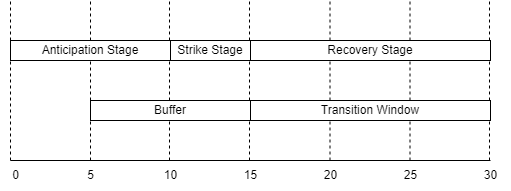
The draw.io diagram Untitled Diagram.drawio.png in NightDogC/QuickPost, before a commit. Source tidied: cells renumbered, new cells last; positions are measured from the earlier drawing's top-left corner, leaving out a move shared by most shapes.
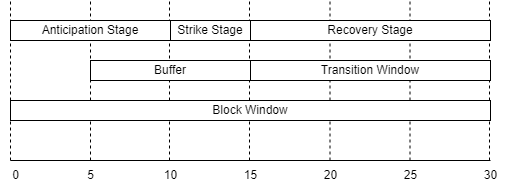
The same diagram one commit later.

Change to the diagram source:
```diff
@@ -72,19 +72,22 @@
       </mxGeometry>
     </mxCell>
     <mxCell id="17" value="Recovery Stage" style="rounded=0;whiteSpace=wrap;html=1;" parent="1" vertex="1">
-      <mxGeometry x="250" y="40" width="240" height="20" as="geometry" />
+      <mxGeometry x="250" y="20" width="240" height="20" as="geometry" />
     </mxCell>
     <mxCell id="18" value="Anticipation Stage" style="rounded=0;whiteSpace=wrap;html=1;" parent="1" vertex="1">
-      <mxGeometry x="10" y="40" width="160" height="20" as="geometry" />
+      <mxGeometry x="10" y="20" width="160" height="20" as="geometry" />
     </mxCell>
     <mxCell id="19" value="Strike Stage" style="rounded=0;whiteSpace=wrap;html=1;" parent="1" vertex="1">
-      <mxGeometry x="170" y="40" width="80" height="20" as="geometry" />
+      <mxGeometry x="170" y="20" width="80" height="20" as="geometry" />
     </mxCell>
     <mxCell id="20" value="Buffer" style="rounded=0;whiteSpace=wrap;html=1;" parent="1" vertex="1">
-      <mxGeometry x="90" y="100" width="160" height="20" as="geometry" />
+      <mxGeometry x="90" y="60" width="160" height="20" as="geometry" />
     </mxCell>
     <mxCell id="21" value="Transition Window" style="rounded=0;whiteSpace=wrap;html=1;" parent="1" vertex="1">
-      <mxGeometry x="250" y="100" width="240" height="20" as="geometry" />
+      <mxGeometry x="250" y="60" width="240" height="20" as="geometry" />
     </mxCell>
+    <mxCell id="22" value="Block Window" style="rounded=0;whiteSpace=wrap;html=1;" parent="1" vertex="1">
+      <mxGeometry x="10" y="100" width="480" height="20" as="geometry" />
+    </mxCell>
   </root>
 </mxGraphModel>
```
